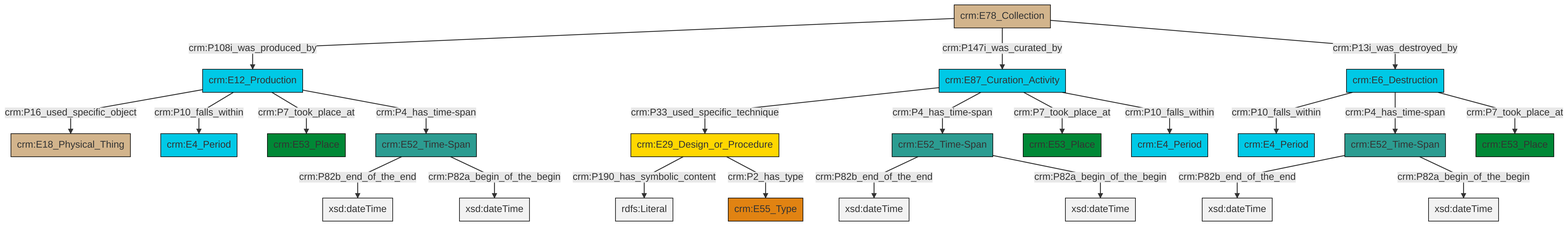
Earlier version of the Mermaid export et/archivalCSV/ttl/mmd/png/archival_existence.png (swiss-art-research-net/docs.swissartresearch). Its source is kept beside it as et/archivalCSV/ttl/mmd/archival_existence.ttl.mmd.
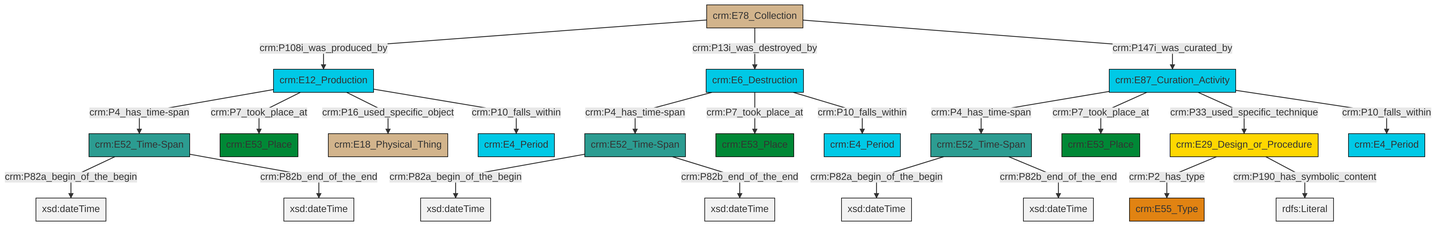
Later version of the same file.

The edit, as a diff of the source:
```diff
@@ -13,25 +13,25 @@
 classDef PC_Classes fill:#4ce600, stroke:#000000;
 classDef Multi fill:#cccccc,stroke:#000000;
 
-0["crm:E29_Design_or_Procedure"]:::Conceptual_Object -->|crm:P190_has_symbolic_content| 1[rdfs:Literal]:::Literal
-2["crm:E6_Destruction"]:::Temporal_Entity -->|crm:P10_falls_within| 3["crm:E4_Period"]:::Temporal_Entity
-0["crm:E29_Design_or_Procedure"]:::Conceptual_Object -->|crm:P2_has_type| 8["crm:E55_Type"]:::Type
-11["crm:E12_Production"]:::Temporal_Entity -->|crm:P16_used_specific_object| 12["crm:E18_Physical_Thing"]:::Physical_Thing
-6["crm:E52_Time-Span"]:::Time-Span -->|crm:P82b_end_of_the_end| 15[xsd:dateTime]:::Literal
-11["crm:E12_Production"]:::Temporal_Entity -->|crm:P10_falls_within| 17["crm:E4_Period"]:::Temporal_Entity
-2["crm:E6_Destruction"]:::Temporal_Entity -->|crm:P4_has_time-span| 13["crm:E52_Time-Span"]:::Time-Span
-20["crm:E52_Time-Span"]:::Time-Span -->|crm:P82b_end_of_the_end| 21[xsd:dateTime]:::Literal
-6["crm:E52_Time-Span"]:::Time-Span -->|crm:P82a_begin_of_the_begin| 22[xsd:dateTime]:::Literal
-11["crm:E12_Production"]:::Temporal_Entity -->|crm:P7_took_place_at| 23["crm:E53_Place"]:::Place
-25["crm:E87_Curation_Activity"]:::Temporal_Entity -->|crm:P33_used_specific_technique| 0["crm:E29_Design_or_Procedure"]:::Conceptual_Object
-20["crm:E52_Time-Span"]:::Time-Span -->|crm:P82a_begin_of_the_begin| 26[xsd:dateTime]:::Literal
-25["crm:E87_Curation_Activity"]:::Temporal_Entity -->|crm:P4_has_time-span| 20["crm:E52_Time-Span"]:::Time-Span
-2["crm:E6_Destruction"]:::Temporal_Entity -->|crm:P7_took_place_at| 27["crm:E53_Place"]:::Place
-25["crm:E87_Curation_Activity"]:::Temporal_Entity -->|crm:P7_took_place_at| 4["crm:E53_Place"]:::Place
-30["crm:E78_Collection"]:::Physical_Thing -->|crm:P108i_was_produced_by| 11["crm:E12_Production"]:::Temporal_Entity
-13["crm:E52_Time-Span"]:::Time-Span -->|crm:P82b_end_of_the_end| 31[xsd:dateTime]:::Literal
-30["crm:E78_Collection"]:::Physical_Thing -->|crm:P147i_was_curated_by| 25["crm:E87_Curation_Activity"]:::Temporal_Entity
-30["crm:E78_Collection"]:::Physical_Thing -->|crm:P13i_was_destroyed_by| 2["crm:E6_Destruction"]:::Temporal_Entity
-25["crm:E87_Curation_Activity"]:::Temporal_Entity -->|crm:P10_falls_within| 9["crm:E4_Period"]:::Temporal_Entity
-13["crm:E52_Time-Span"]:::Time-Span -->|crm:P82a_begin_of_the_begin| 37[xsd:dateTime]:::Literal
-11["crm:E12_Production"]:::Temporal_Entity -->|crm:P4_has_time-span| 6["crm:E52_Time-Span"]:::Time-Span
+4["crm:E12_Production"]:::Temporal_Entity -->|crm:P4_has_time-span| 5["crm:E52_Time-Span"]:::Time-Span
+6["crm:E78_Collection"]:::Physical_Thing -->|crm:P108i_was_produced_by| 4["crm:E12_Production"]:::Temporal_Entity
+7["crm:E6_Destruction"]:::Temporal_Entity -->|crm:P4_has_time-span| 8["crm:E52_Time-Span"]:::Time-Span
+2["crm:E29_Design_or_Procedure"]:::Conceptual_Object -->|crm:P2_has_type| 9["crm:E55_Type"]:::Type
+12["crm:E87_Curation_Activity"]:::Temporal_Entity -->|crm:P4_has_time-span| 13["crm:E52_Time-Span"]:::Time-Span
+6["crm:E78_Collection"]:::Physical_Thing -->|crm:P13i_was_destroyed_by| 7["crm:E6_Destruction"]:::Temporal_Entity
+7["crm:E6_Destruction"]:::Temporal_Entity -->|crm:P7_took_place_at| 15["crm:E53_Place"]:::Place
+12["crm:E87_Curation_Activity"]:::Temporal_Entity -->|crm:P7_took_place_at| 19["crm:E53_Place"]:::Place
+4["crm:E12_Production"]:::Temporal_Entity -->|crm:P7_took_place_at| 21["crm:E53_Place"]:::Place
+2["crm:E29_Design_or_Procedure"]:::Conceptual_Object -->|crm:P190_has_symbolic_content| 22[rdfs:Literal]:::Literal
+4["crm:E12_Production"]:::Temporal_Entity -->|crm:P16_used_specific_object| 10["crm:E18_Physical_Thing"]:::Physical_Thing
+13["crm:E52_Time-Span"]:::Time-Span -->|crm:P82a_begin_of_the_begin| 26[xsd:dateTime]:::Literal
+13["crm:E52_Time-Span"]:::Time-Span -->|crm:P82b_end_of_the_end| 27[xsd:dateTime]:::Literal
+5["crm:E52_Time-Span"]:::Time-Span -->|crm:P82a_begin_of_the_begin| 28[xsd:dateTime]:::Literal
+5["crm:E52_Time-Span"]:::Time-Span -->|crm:P82b_end_of_the_end| 29[xsd:dateTime]:::Literal
+12["crm:E87_Curation_Activity"]:::Temporal_Entity -->|crm:P33_used_specific_technique| 2["crm:E29_Design_or_Procedure"]:::Conceptual_Object
+7["crm:E6_Destruction"]:::Temporal_Entity -->|crm:P10_falls_within| 0["crm:E4_Period"]:::Temporal_Entity
+6["crm:E78_Collection"]:::Physical_Thing -->|crm:P147i_was_curated_by| 12["crm:E87_Curation_Activity"]:::Temporal_Entity
+4["crm:E12_Production"]:::Temporal_Entity -->|crm:P10_falls_within| 30["crm:E4_Period"]:::Temporal_Entity
+8["crm:E52_Time-Span"]:::Time-Span -->|crm:P82a_begin_of_the_begin| 33[xsd:dateTime]:::Literal
+8["crm:E52_Time-Span"]:::Time-Span -->|crm:P82b_end_of_the_end| 34[xsd:dateTime]:::Literal
+12["crm:E87_Curation_Activity"]:::Temporal_Entity -->|crm:P10_falls_within| 17["crm:E4_Period"]:::Temporal_Entity
```
